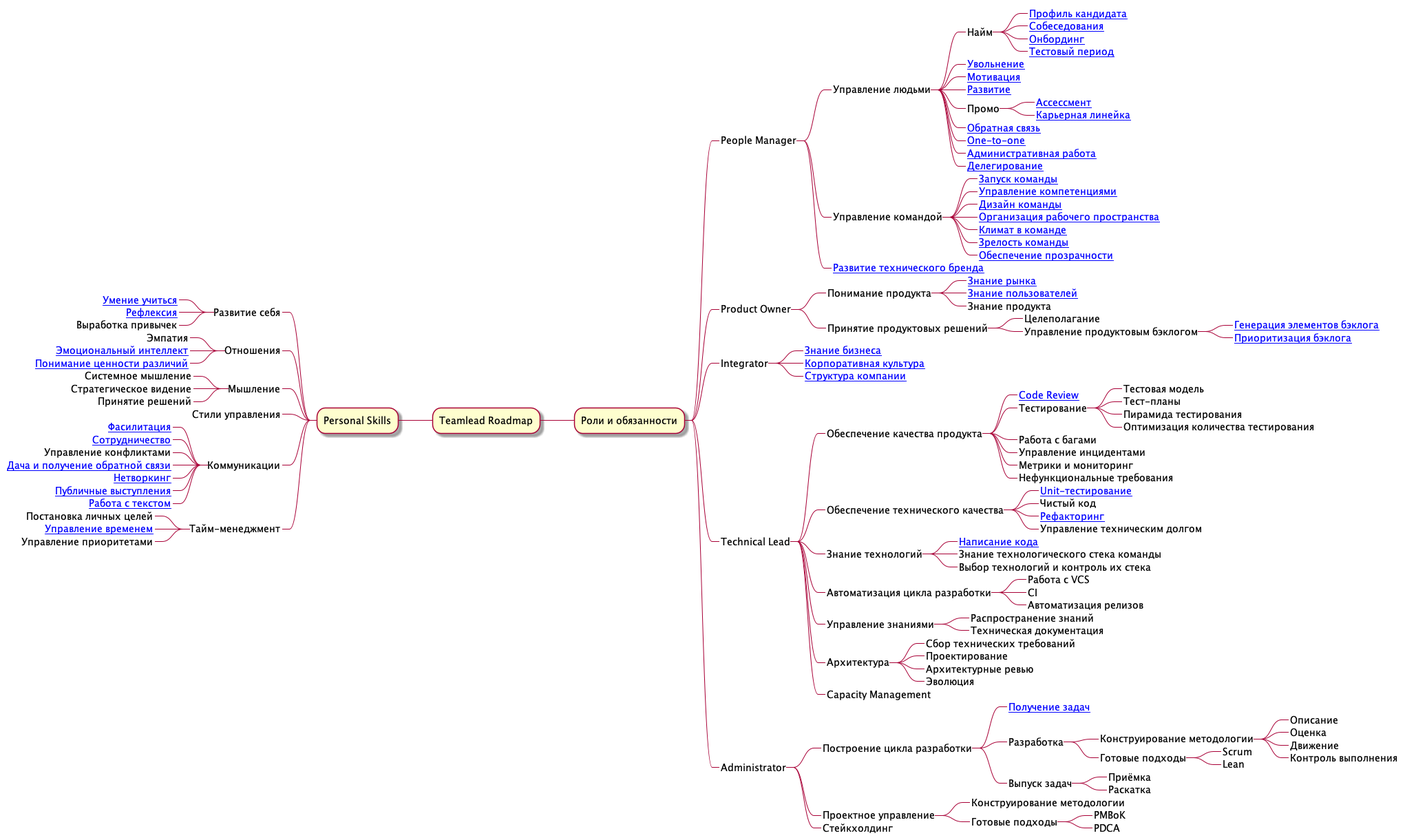
Earlier version of the PlantUML export roadmap.png (tlbootcamp/tlroadmap).
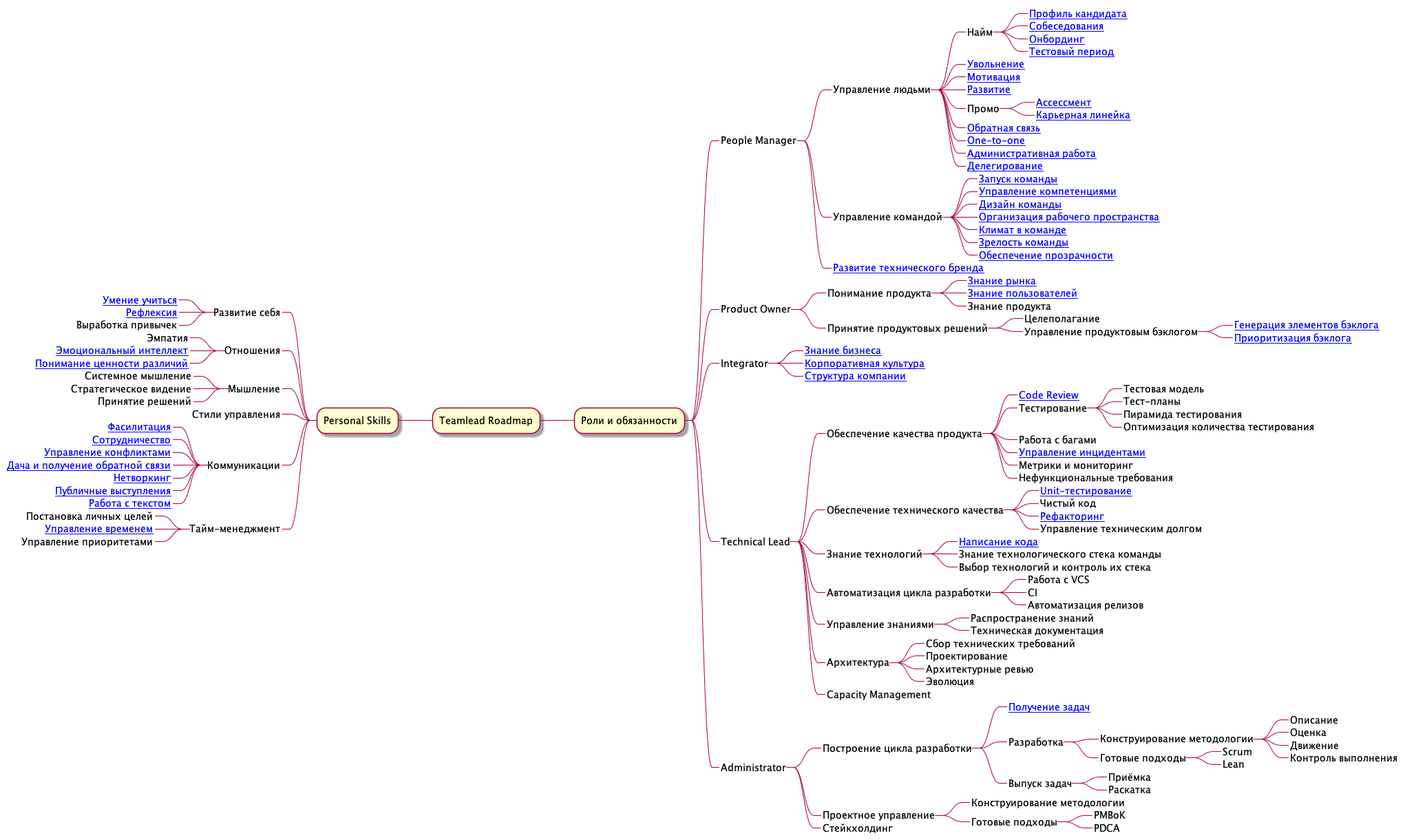
Later version of the same file.

What changed in the source:
```diff
@@ -50,7 +50,7 @@
 ******_ Пирамида тестирования
 ******_ Оптимизация количества тестирования
 *****_ Работа с багами
-*****_ Управление инцидентами
+*****_ [[https://github.com/tlbootcamp/tlroadmap/blob/master/skills/technical-lead/incident-management.md Управление инцидентами]]
 *****_ Метрики и мониторинг
 *****_ Нефункциональные требования
 ****_ Обеспечение технического качества
@@ -116,7 +116,7 @@
 ***_ Коммуникации
 ****_ [[https://github.com/tlbootcamp/tlroadmap/blob/master/skills/self-improvement/facilitation.md Фасилитация]]
 ****_ [[https://github.com/tlbootcamp/tlroadmap/blob/master/skills/self-improvement/cooperation.md Сотрудничество]]
-****_ Управление конфликтами
+****_ [[https://github.com/tlbootcamp/tlroadmap/blob/master/skills/self-improvement/conflicts.md Управление конфликтами]]
 ****_ [[https://github.com/tlbootcamp/tlroadmap/blob/master/skills/self-improvement/feedback.md Дача и получение обратной связи]]
 ****_ [[https://github.com/tlbootcamp/tlroadmap/blob/master/skills/self-improvement/networking.md Нетворкинг]]
 ****_ [[https://github.com/tlbootcamp/tlroadmap/blob/master/skills/self-improvement/public-speaking.md Публичные выступления]]
```
